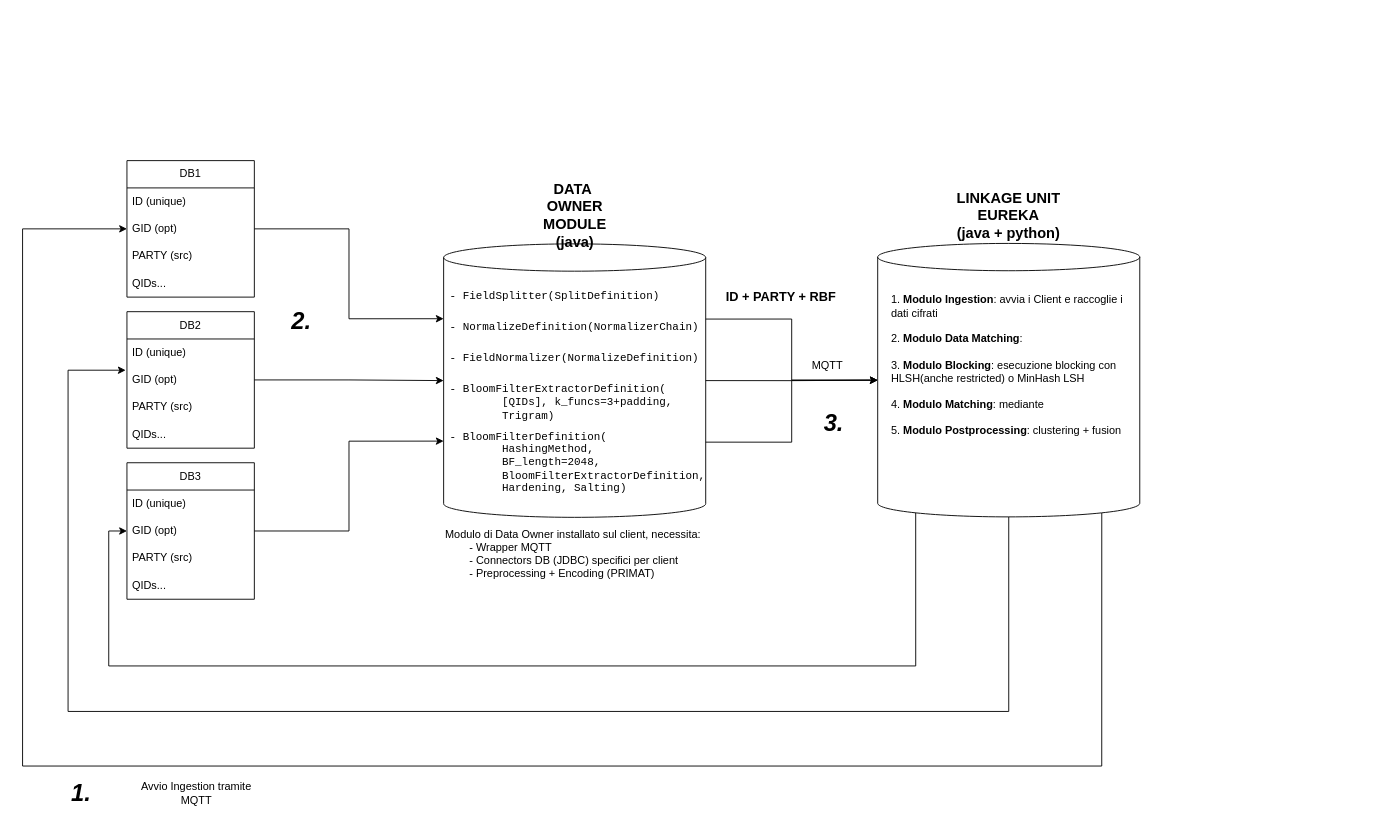
Before: Diagrams/PRIMAT_workflow.drawio in giove29/DataRiver-PPRL, a draw.io diagram. Source tidied: cells renumbered, new cells numbered last; positions are measured from the earlier drawing's top-left corner, leaving out a move shared by most shapes. Both pictures are drawn from the tidied source at 91%, with x=0, y=0 at pixel (22, 160).
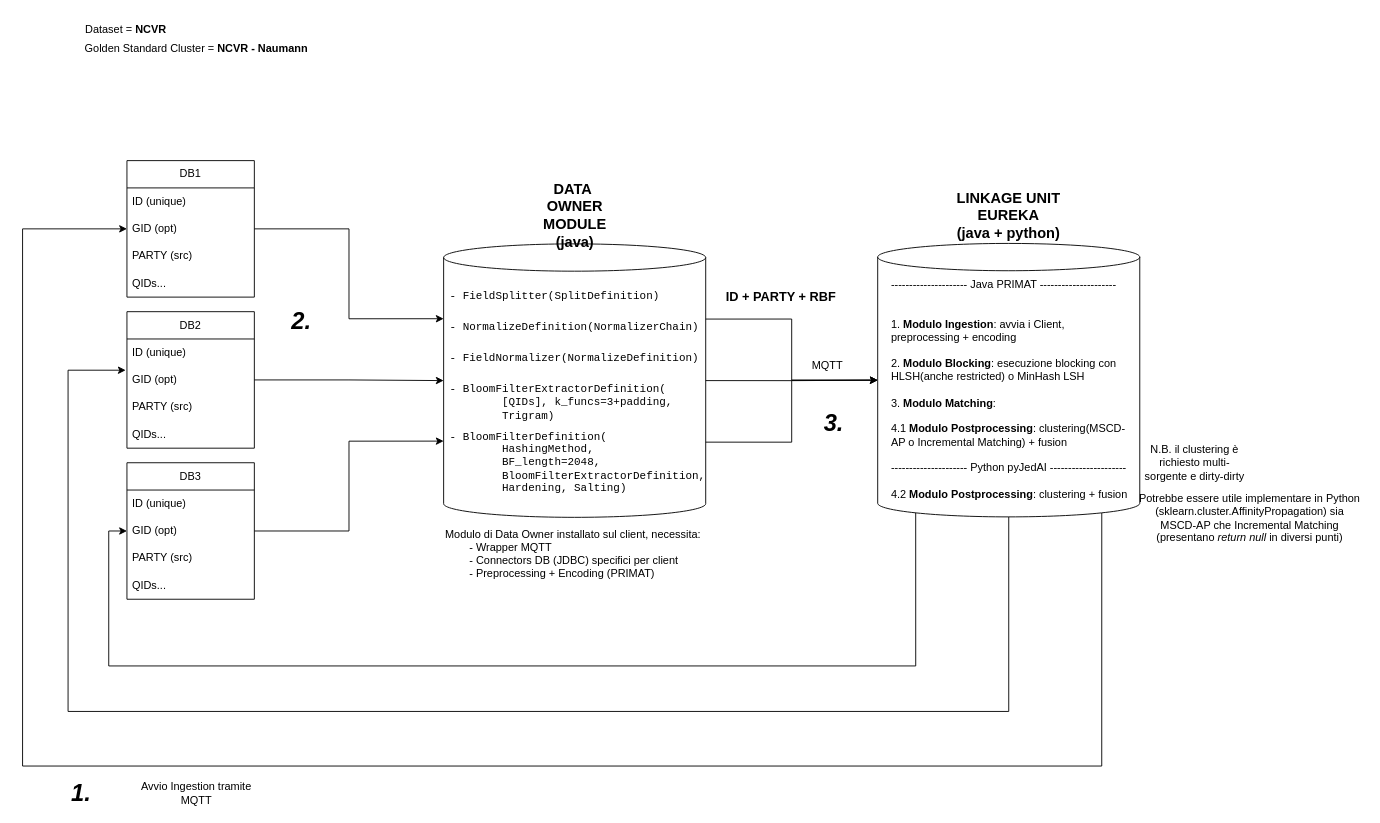
After the change.

What changed in the source:
```diff
@@
-    <mxCell id="32" value="1. &lt;b&gt;Modulo Ingestion&lt;/b&gt;: avvia i Client e raccoglie i dati cifrati&lt;div&gt;&lt;br&gt;&lt;/div&gt;&lt;div&gt;2. &lt;b&gt;Modulo Data Matching&lt;/b&gt;:&lt;/div&gt;&lt;div&gt;&lt;br&gt;&lt;/div&gt;&lt;div&gt;3. &lt;b&gt;Modulo Blocking&lt;/b&gt;: esecuzione blocking con HLSH(anche restricted) o MinHash LSH&lt;/div&gt;&lt;div&gt;&lt;br&gt;&lt;/div&gt;&lt;div&gt;4. &lt;b&gt;Modulo Matching&lt;/b&gt;: mediante&amp;nbsp;&lt;/div&gt;&lt;div&gt;&lt;br&gt;&lt;/div&gt;&lt;div&gt;5. &lt;b&gt;Modulo Postprocessing&lt;/b&gt;: clustering + fusion&lt;/div&gt;&lt;div&gt;&lt;br&gt;&lt;/div&gt;" style="text;html=1;whiteSpace=wrap;strokeColor=none;fillColor=none;align=left;verticalAlign=middle;rounded=0;labelBackgroundColor=default;fontColor=light-dark(#000000,#FFFFFF);" parent="1" vertex="1">
-      <mxGeometry x="952.5" y="217" width="263" height="30" as="geometry" />
+    <mxCell id="32" value="&lt;div&gt;&lt;div&gt;--------------------- Java PRIMAT ---------------------&lt;/div&gt;&lt;div&gt;&lt;br&gt;&lt;/div&gt;&lt;/div&gt;&lt;div&gt;&lt;br&gt;&lt;/div&gt;1. &lt;b&gt;Modulo Ingestion&lt;/b&gt;: avvia i Client, preprocessing + encoding&lt;div&gt;&lt;br&gt;&lt;/div&gt;&lt;div&gt;2. &lt;b&gt;Modulo Blocking&lt;/b&gt;: esecuzione blocking con HLSH(anche restricted) o MinHash LSH&lt;/div&gt;&lt;div&gt;&lt;br&gt;&lt;/div&gt;&lt;div&gt;3. &lt;b&gt;Modulo Matching&lt;/b&gt;:&lt;/div&gt;&lt;div&gt;&lt;br&gt;&lt;/div&gt;&lt;div&gt;4.1&amp;nbsp;&lt;b&gt;Modulo Postprocessing&lt;/b&gt;: clustering(MSCD-AP o Incremental Matching) + fusion&lt;/div&gt;&lt;div&gt;&lt;br&gt;&lt;/div&gt;&lt;div&gt;--------------------- Python pyJedAI ---------------------&lt;/div&gt;&lt;div&gt;&lt;br&gt;&lt;/div&gt;&lt;div&gt;4.2&amp;nbsp;&lt;b&gt;Modulo Postprocessing&lt;/b&gt;: clustering + fusion&lt;/div&gt;&lt;div&gt;&lt;br&gt;&lt;/div&gt;" style="text;html=1;whiteSpace=wrap;strokeColor=none;fillColor=none;align=left;verticalAlign=middle;rounded=0;labelBackgroundColor=none;fontColor=light-dark(#000000,#FFFFFF);" parent="1" vertex="1">
+      <mxGeometry x="952.5" y="244" width="263" height="30" as="geometry" />
     </mxCell>
@@
+    <mxCell id="43" value="Dataset =&amp;nbsp;&lt;span style=&quot;font-weight:600&quot; class=&quot;notion-enable-hover&quot;&gt;NCVR&lt;/span&gt;" style="text;html=1;whiteSpace=wrap;strokeColor=none;fillColor=none;align=center;verticalAlign=middle;rounded=0;" parent="1" vertex="1">
+      <mxGeometry x="62" y="-159" width="104" height="30" as="geometry" />
+    </mxCell>
+    <mxCell id="44" value="Golden Standard Cluster =&amp;nbsp;&lt;span style=&quot;font-weight:600&quot; class=&quot;notion-enable-hover&quot;&gt;NCVR - Naumann&lt;/span&gt;" style="text;html=1;whiteSpace=wrap;strokeColor=none;fillColor=none;align=center;verticalAlign=middle;rounded=0;" parent="1" vertex="1">
+      <mxGeometry x="66" y="-138" width="251" height="30" as="geometry" />
+    </mxCell>
+    <mxCell id="45" value="N.B. il clustering è richiesto multi-sorgente e dirty-dirty" style="text;html=1;whiteSpace=wrap;strokeColor=none;fillColor=none;align=center;verticalAlign=middle;rounded=0;" parent="1" vertex="1">
+      <mxGeometry x="1232" y="317" width="113" height="30" as="geometry" />
+    </mxCell>
+    <mxCell id="46" value="Potrebbe essere utile implementare in Python (sklearn.cluster.AffinityPropagation) sia MSCD-AP che Incremental Matching (presentano &lt;i&gt;return null&lt;/i&gt; in diversi punti)" style="text;html=1;whiteSpace=wrap;strokeColor=none;fillColor=none;align=center;verticalAlign=middle;rounded=0;" parent="1" vertex="1">
+      <mxGeometry x="1224" y="378" width="250" height="30" as="geometry" />
+    </mxCell>
```
